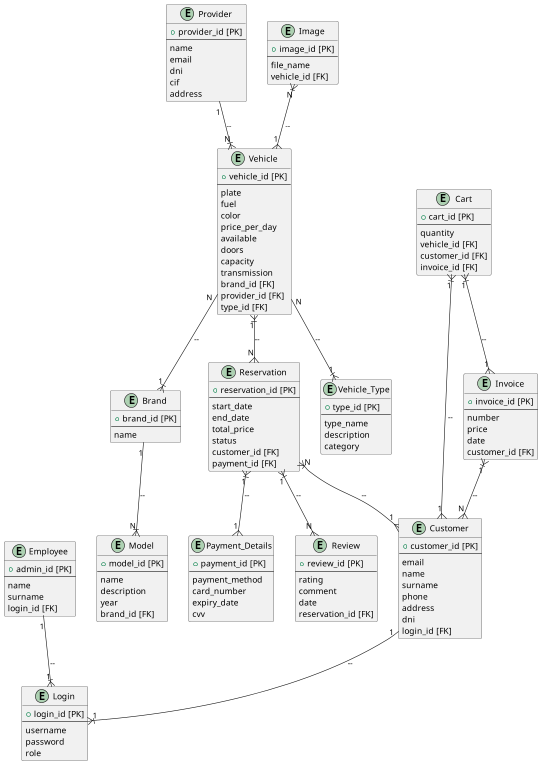
This is docs/LegacyMotorsER.png from andreuador/LegacyMotors3.0, a PlantUML export, as it was before one commit.
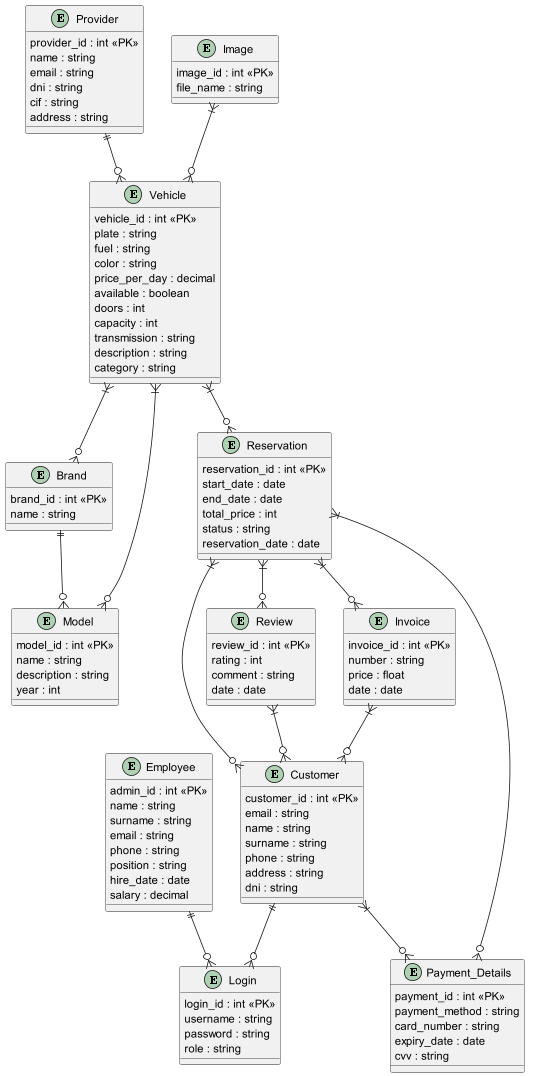
After the commit.

Diff of the diagram source:
```diff
@@ -1,149 +1,119 @@
-@startuml LegacyMotorsModel_ER
+@startuml LegacyMotorsER
 
-entity "Customer" {
-  + customer_id [PK]
-  --
-  email
-  name
-  surname
-  phone
-  address
-  dni
-  login_id [FK]
+entity Customer {
+  customer_id : int <<PK>>
+  email : string
+  name : string
+  surname : string
+  phone : string
+  address : string
+  dni : string
 }
 
-entity "Employee" {
-  + admin_id [PK]
-  --
-  name
-  surname
-  login_id [FK]
+entity Login {
+  login_id : int <<PK>>
+  username : string
+  password : string
+  role : string
 }
 
-entity "Provider" {
-  + provider_id [PK]
-  --
-  name
-  email
-  dni
-  cif
-  address
+entity Employee {
+  admin_id : int <<PK>>
+  name : string
+  surname : string
+  email : string
+  phone : string
+  position : string
+  hire_date : date
+  salary : decimal
 }
 
-entity "Login" {
-  + login_id [PK]
-  --
-  username
-  password
-  role
+entity Provider {
+  provider_id : int <<PK>>
+  name : string
+  email : string
+  dni : string
+  cif : string
+  address : string
 }
 
-entity "Vehicle" {
-  + vehicle_id [PK]
-  --
-  plate
-  fuel
-  color
-  price_per_day
-  available
-  doors
-  capacity
-  transmission
-  brand_id [FK]
-  provider_id [FK]
-  type_id [FK]
+entity Vehicle {
+  vehicle_id : int <<PK>>
+  plate : string
+  fuel : string
+  color : string
+  price_per_day : decimal
+  available : boolean
+  doors : int
+  capacity : int
+  transmission : string
+  description : string
+  category : string
 }
 
-entity "Brand" {
-  + brand_id [PK]
-  --
-  name
+entity Brand {
+  brand_id : int <<PK>>
+  name : string
 }
 
-entity "Model" {
-  + model_id [PK]
-  --
-  name
-  description
-  year
-  brand_id [FK]
+entity Model {
+  model_id : int <<PK>>
+  name : string
+  description : string
+  year : int
 }
 
-entity "Reservation" {
-  + reservation_id [PK]
-  --
-  start_date
-  end_date
-  total_price
-  status
-  customer_id [FK]
-  payment_id [FK]
+entity Reservation {
+  reservation_id : int <<PK>>
+  start_date : date
+  end_date : date
+  total_price : int
+  status : string
+  reservation_date : date
 }
 
-entity "Payment_Details" {
-  + payment_id [PK]
-  --
-  payment_method
-  card_number
-  expiry_date
-  cvv
+entity Payment_Details {
+  payment_id : int <<PK>>
+  payment_method : string
+  card_number : string
+  expiry_date : date
+  cvv : string
 }
 
-entity "Review" {
-  + review_id [PK]
-  --
-  rating
-  comment
-  date
-  reservation_id [FK]
+entity Review {
+  review_id : int <<PK>>
+  rating : int
+  comment : string
+  date : date
 }
 
-entity "Vehicle_Type" {
-  + type_id [PK]
-  --
-  type_name
-  description
-  category
+entity Image {
+  image_id : int <<PK>>
+  file_name : string
 }
 
-entity "Cart" {
-  + cart_id [PK]
-  --
-  quantity
-  vehicle_id [FK]
-  customer_id [FK]
-  invoice_id [FK]
+entity Invoice {
+  invoice_id : int <<PK>>
+  number : string
+  price : float
+  date : date
 }
 
-entity "Image" {
-  + image_id [PK]
-  --
-  file_name
-  vehicle_id [FK]
-}
+Customer ||--o{ Login
+Employee ||--o{ Login
+Provider ||--o{ Vehicle
+Vehicle }|--o{ Brand
+Vehicle }|--o{ Model
+Brand ||--o{ Model
+Reservation }|--o{ Customer
+Reservation }|--o{ Payment_Details
+Reservation }|--o{ Review
+Vehicle }|--o{ Reservation
+Image }|--o{ Vehicle
+Invoice }|--o{ Customer
+Reservation }|--o{ Invoice
+Review }|--o{ Customer
+Customer }|--o{ Payment_Details
 
-entity "Invoice" {
-  + invoice_id [PK]
-  --
-  number
-  price
-  date
-  customer_id [FK]
-}
-
-Customer --|{ Login : "1" -- "1"
-Employee --|{ Login : "1" -- "1"
-Provider --|{ Vehicle : "1" -- "N"
-Vehicle --|{ Brand : "N" -- "1"
-Brand --|{ Model : "1" -- "N"
-Vehicle --|{ Vehicle_Type : "N" -- "1"
-Reservation }|--{ Customer : "N" -- "1"
-Reservation }|--{ Payment_Details : "1" -- "1"
-Reservation }|--{ Review : "1" -- "N"
-Cart }|--{ Customer : "1" -- "1"
-Cart }|--{ Invoice : "1" -- "1"
-Vehicle }|--{ Reservation : "1" -- "N"
-Image }|--{ Vehicle : "N" -- "1"
-Invoice }|--{ Customer : "1" -- "N"
 
 @enduml
```
